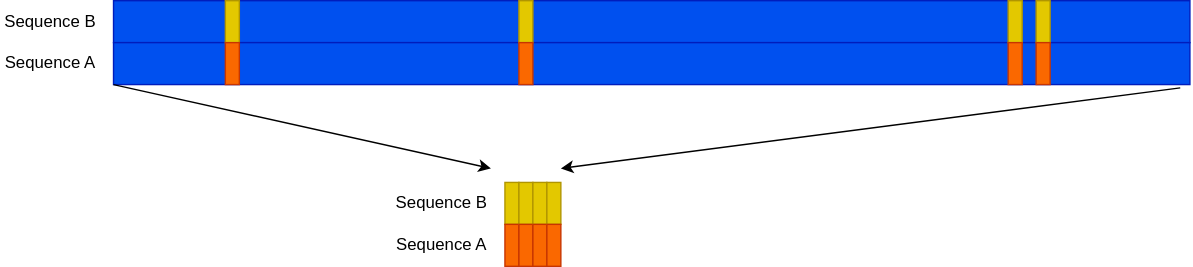
The draw.io diagram images/similar_regions.drawio.svg in khiron/dBGAlignSlides, before a commit. Source tidied: cells renumbered, new cells last; positions are measured from the earlier drawing's top-left corner, leaving out a move shared by most shapes.
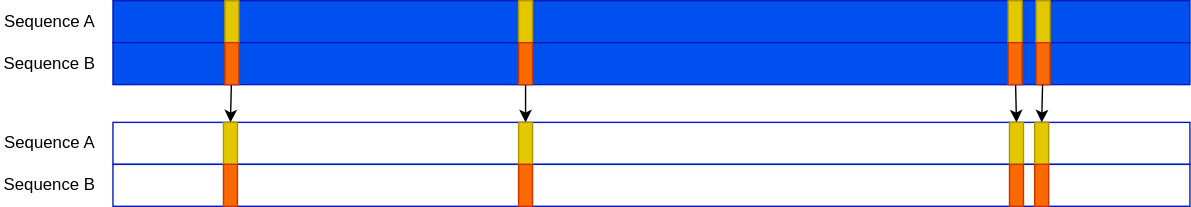
Later version of the same file.

What changed in the source:
```diff
@@ -2,17 +2,23 @@
   <root>
     <mxCell id="0" />
     <mxCell id="1" parent="0" />
+    <mxCell id="26" style="rounded=0;whiteSpace=wrap;html=1;fillColor=none;fontColor=#ffffff;strokeColor=#001DBC;" parent="1" vertex="1">
+      <mxGeometry x="80" y="87" width="770" height="30" as="geometry" />
+    </mxCell>
+    <mxCell id="27" style="rounded=0;whiteSpace=wrap;html=1;fillColor=none;fontColor=#ffffff;strokeColor=#001DBC;" parent="1" vertex="1">
+      <mxGeometry x="80" y="117" width="770" height="30" as="geometry" />
+    </mxCell>
     <mxCell id="2" style="rounded=0;whiteSpace=wrap;html=1;fillColor=#0050ef;fontColor=#ffffff;strokeColor=#001DBC;" parent="1" vertex="1">
       <mxGeometry x="80" width="770" height="30" as="geometry" />
     </mxCell>
     <mxCell id="3" value="Sequence A" style="text;html=1;strokeColor=none;fillColor=none;align=center;verticalAlign=middle;whiteSpace=wrap;rounded=0;" parent="1" vertex="1">
-      <mxGeometry y="30" width="70" height="30" as="geometry" />
+      <mxGeometry width="70" height="30" as="geometry" />
     </mxCell>
     <mxCell id="4" style="rounded=0;whiteSpace=wrap;html=1;fillColor=#0050ef;fontColor=#ffffff;strokeColor=#001DBC;" parent="1" vertex="1">
       <mxGeometry x="80" y="30" width="770" height="30" as="geometry" />
     </mxCell>
     <mxCell id="5" value="Sequence B" style="text;html=1;strokeColor=none;fillColor=none;align=center;verticalAlign=middle;whiteSpace=wrap;rounded=0;" parent="1" vertex="1">
-      <mxGeometry width="70" height="30" as="geometry" />
+      <mxGeometry y="30" width="70" height="30" as="geometry" />
     </mxCell>
     <mxCell id="6" style="rounded=0;whiteSpace=wrap;html=1;fillColor=#e3c800;fontColor=#000000;strokeColor=#B09500;" parent="1" vertex="1">
       <mxGeometry x="160" width="10" height="30" as="geometry" />
@@ -26,57 +32,59 @@
     <mxCell id="9" style="rounded=0;whiteSpace=wrap;html=1;fillColor=#e3c800;fontColor=#000000;strokeColor=#B09500;" parent="1" vertex="1">
       <mxGeometry x="740" width="10" height="30" as="geometry" />
     </mxCell>
+    <mxCell id="25" style="edgeStyle=none;html=1;entryX=0.5;entryY=0;entryDx=0;entryDy=0;" parent="1" edge="1" source="10" target="14">
+      <mxGeometry relative="1" as="geometry" />
+    </mxCell>
     <mxCell id="10" style="rounded=0;whiteSpace=wrap;html=1;fillColor=#fa6800;strokeColor=#C73500;fontColor=#000000;" parent="1" vertex="1">
       <mxGeometry x="160" y="30" width="10" height="30" as="geometry" />
     </mxCell>
+    <mxCell id="28" style="edgeStyle=none;html=1;entryX=0.5;entryY=0;entryDx=0;entryDy=0;" parent="1" edge="1" source="11" target="16">
+      <mxGeometry relative="1" as="geometry" />
+    </mxCell>
     <mxCell id="11" style="rounded=0;whiteSpace=wrap;html=1;fillColor=#fa6800;strokeColor=#C73500;fontColor=#000000;" parent="1" vertex="1">
       <mxGeometry x="370" y="30" width="10" height="30" as="geometry" />
     </mxCell>
+    <mxCell id="29" style="edgeStyle=none;html=1;entryX=0.5;entryY=0;entryDx=0;entryDy=0;" parent="1" edge="1" source="12" target="18">
+      <mxGeometry relative="1" as="geometry" />
+    </mxCell>
     <mxCell id="12" style="rounded=0;whiteSpace=wrap;html=1;fillColor=#fa6800;strokeColor=#C73500;fontColor=#000000;" parent="1" vertex="1">
       <mxGeometry x="720" y="30" width="10" height="30" as="geometry" />
     </mxCell>
+    <mxCell id="30" style="edgeStyle=none;html=1;entryX=0.5;entryY=0;entryDx=0;entryDy=0;" parent="1" edge="1" source="13" target="20">
+      <mxGeometry relative="1" as="geometry" />
+    </mxCell>
     <mxCell id="13" style="rounded=0;whiteSpace=wrap;html=1;fillColor=#fa6800;strokeColor=#C73500;fontColor=#000000;" parent="1" vertex="1">
       <mxGeometry x="740" y="30" width="10" height="30" as="geometry" />
     </mxCell>
     <mxCell id="14" style="rounded=0;whiteSpace=wrap;html=1;fillColor=#e3c800;fontColor=#000000;strokeColor=#B09500;" parent="1" vertex="1">
-      <mxGeometry x="360" y="130" width="10" height="30" as="geometry" />
+      <mxGeometry x="159" y="87" width="10" height="30" as="geometry" />
     </mxCell>
     <mxCell id="15" style="rounded=0;whiteSpace=wrap;html=1;fillColor=#fa6800;strokeColor=#C73500;fontColor=#000000;" parent="1" vertex="1">
-      <mxGeometry x="360" y="160" width="10" height="30" as="geometry" />
+      <mxGeometry x="159" y="117" width="10" height="30" as="geometry" />
     </mxCell>
     <mxCell id="16" style="rounded=0;whiteSpace=wrap;html=1;fillColor=#e3c800;fontColor=#000000;strokeColor=#B09500;" parent="1" vertex="1">
-      <mxGeometry x="370" y="130" width="10" height="30" as="geometry" />
+      <mxGeometry x="370" y="87" width="10" height="30" as="geometry" />
     </mxCell>
     <mxCell id="17" style="rounded=0;whiteSpace=wrap;html=1;fillColor=#fa6800;strokeColor=#C73500;fontColor=#000000;" parent="1" vertex="1">
-      <mxGeometry x="370" y="160" width="10" height="30" as="geometry" />
+      <mxGeometry x="370" y="117" width="10" height="30" as="geometry" />
     </mxCell>
     <mxCell id="18" style="rounded=0;whiteSpace=wrap;html=1;fillColor=#e3c800;fontColor=#000000;strokeColor=#B09500;" parent="1" vertex="1">
-      <mxGeometry x="380" y="130" width="10" height="30" as="geometry" />
+      <mxGeometry x="721" y="87" width="10" height="30" as="geometry" />
     </mxCell>
     <mxCell id="19" style="rounded=0;whiteSpace=wrap;html=1;fillColor=#fa6800;strokeColor=#C73500;fontColor=#000000;" parent="1" vertex="1">
-      <mxGeometry x="380" y="160" width="10" height="30" as="geometry" />
+      <mxGeometry x="721" y="117" width="10" height="30" as="geometry" />
     </mxCell>
     <mxCell id="20" style="rounded=0;whiteSpace=wrap;html=1;fillColor=#e3c800;fontColor=#000000;strokeColor=#B09500;" parent="1" vertex="1">
-      <mxGeometry x="390" y="130" width="10" height="30" as="geometry" />
+      <mxGeometry x="739" y="87" width="10" height="30" as="geometry" />
     </mxCell>
     <mxCell id="21" style="rounded=0;whiteSpace=wrap;html=1;fillColor=#fa6800;strokeColor=#C73500;fontColor=#000000;" parent="1" vertex="1">
-      <mxGeometry x="390" y="160" width="10" height="30" as="geometry" />
+      <mxGeometry x="739" y="117" width="10" height="30" as="geometry" />
     </mxCell>
     <mxCell id="22" value="Sequence A" style="text;html=1;strokeColor=none;fillColor=none;align=center;verticalAlign=middle;whiteSpace=wrap;rounded=0;" parent="1" vertex="1">
-      <mxGeometry x="280" y="160" width="70" height="30" as="geometry" />
+      <mxGeometry y="87" width="70" height="30" as="geometry" />
     </mxCell>
     <mxCell id="23" value="Sequence B" style="text;html=1;strokeColor=none;fillColor=none;align=center;verticalAlign=middle;whiteSpace=wrap;rounded=0;" parent="1" vertex="1">
-      <mxGeometry x="280" y="130" width="70" height="30" as="geometry" />
+      <mxGeometry y="117" width="70" height="30" as="geometry" />
     </mxCell>
-    <mxCell id="24" style="endArrow=classic;html=1;exitX=0;exitY=1;exitDx=0;exitDy=0;" parent="1" edge="1" source="4">
-      <mxGeometry relative="1" as="geometry">
-        <mxPoint x="350" y="120" as="targetPoint" />
-      </mxGeometry>
-    </mxCell>
-    <mxCell id="25" style="endArrow=classic;html=1;exitX=0.991;exitY=1.079;exitDx=0;exitDy=0;exitPerimeter=0;" parent="1" edge="1" source="4">
-      <mxGeometry relative="1" as="geometry">
-        <mxPoint x="400" y="120" as="targetPoint" />
-      </mxGeometry>
-    </mxCell>
   </root>
 </mxGraphModel>
```
